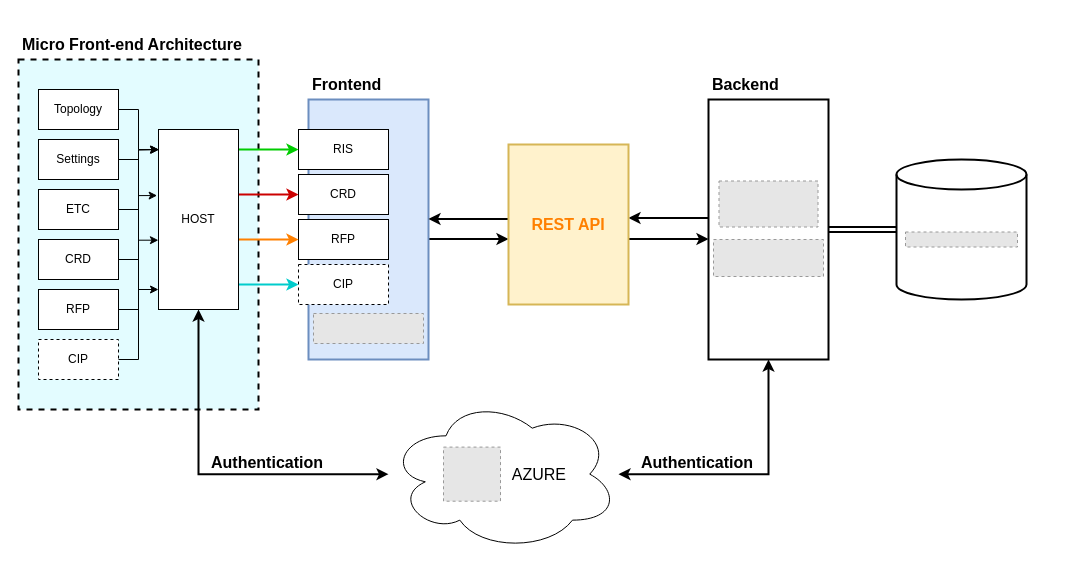
mathudak/diagrams keeps this draw.io diagram as app-architecture.drawio. Above is the earlier version. Source tidied: cells renumbered, new cells numbered last; positions are measured from the earlier drawing's top-left corner, leaving out a move shared by most shapes. Both pictures are drawn from the tidied source at 100%, with x=0, y=0 at pixel (18, 29). Pictures stored in the file or linked from it are replaced by grey dashed boxes.
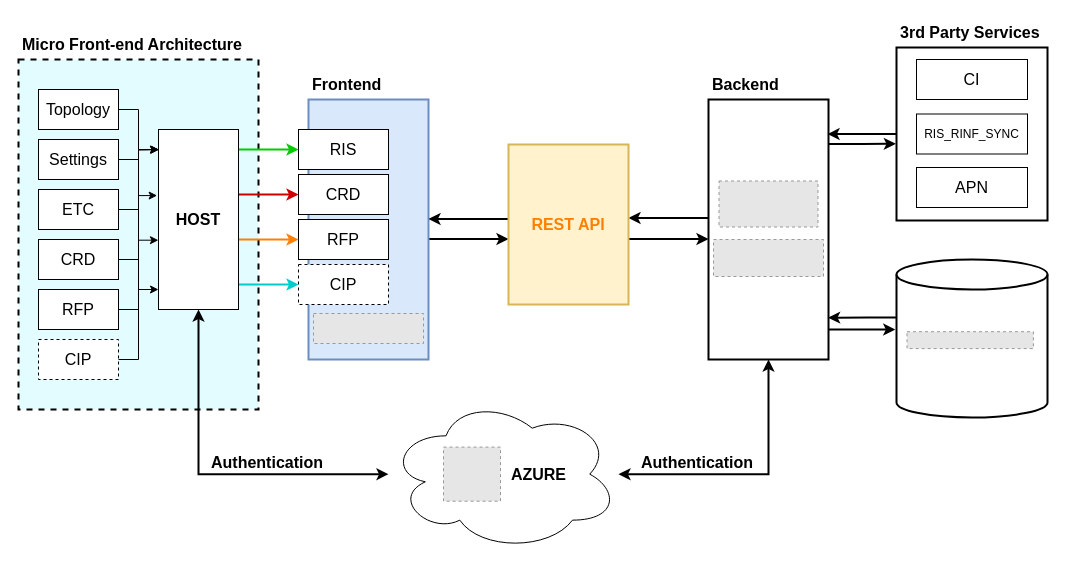
The same diagram, later.

Commit message:
Added 3rd party services

The change refers to these unchanged cells:
```xml
<mxCell id="10" style="whiteSpace=wrap;html=1;strokeWidth=2;" parent="1" vertex="1">
  <mxGeometry x="690" y="70" width="120" height="260" as="geometry" />
</mxCell>
```

Change to the diagram source:
```diff
@@
-    <mxCell id="4" style="edgeStyle=orthogonalEdgeStyle;rounded=0;jettySize=auto;html=1;entryX=1;entryY=0.5;entryDx=0;entryDy=0;shape=link;strokeWidth=2;" parent="1" edge="1" source="6" target="10">
-      <mxGeometry relative="1" as="geometry" />
-    </mxCell>
@@
-    <mxCell id="6" style="shape=cylinder3;whiteSpace=wrap;html=1;boundedLbl=1;backgroundOutline=1;size=15;fontSize=16;strokeWidth=2;" parent="1" vertex="1">
-      <mxGeometry x="878" y="130" width="130" height="140" as="geometry" />
-    </mxCell>
@@
+    <mxCell id="47" style="edgeStyle=orthogonalEdgeStyle;rounded=0;jettySize=auto;html=1;entryX=-0.004;entryY=0.557;entryDx=0;entryDy=0;entryPerimeter=0;strokeWidth=2;" parent="1" edge="1" source="10" target="50">
+      <mxGeometry relative="1" as="geometry">
+        <Array as="points">
+          <mxPoint x="844" y="114" />
+        </Array>
+      </mxGeometry>
+    </mxCell>
@@
-    <mxCell id="16" value="Topology" style="whiteSpace=wrap;html=1;" parent="1" vertex="1">
+    <mxCell id="16" value="Topology" style="whiteSpace=wrap;html=1;fontSize=16;" parent="1" vertex="1">
       <mxGeometry x="20" y="60" width="80" height="40" as="geometry" />
     </mxCell>
-    <mxCell id="17" value="CIP" style="whiteSpace=wrap;html=1;dashed=1;" parent="1" vertex="1">
+    <mxCell id="17" value="CIP" style="whiteSpace=wrap;html=1;dashed=1;fontSize=16;" parent="1" vertex="1">
       <mxGeometry x="20" y="310" width="80" height="40" as="geometry" />
     </mxCell>
-    <mxCell id="18" value="&lt;div&gt;ETC&lt;/div&gt;" style="whiteSpace=wrap;html=1;" parent="1" vertex="1">
+    <mxCell id="18" value="&lt;div&gt;ETC&lt;/div&gt;" style="whiteSpace=wrap;html=1;fontSize=16;" parent="1" vertex="1">
       <mxGeometry x="20" y="160" width="80" height="40" as="geometry" />
     </mxCell>
-    <mxCell id="19" value="RFP" style="whiteSpace=wrap;html=1;" parent="1" vertex="1">
+    <mxCell id="19" value="RFP" style="whiteSpace=wrap;html=1;fontSize=16;" parent="1" vertex="1">
       <mxGeometry x="20" y="260" width="80" height="40" as="geometry" />
     </mxCell>
-    <mxCell id="20" value="&lt;div&gt;CRD&lt;/div&gt;" style="whiteSpace=wrap;html=1;" parent="1" vertex="1">
+    <mxCell id="20" value="&lt;div&gt;CRD&lt;/div&gt;" style="whiteSpace=wrap;html=1;fontSize=16;" parent="1" vertex="1">
       <mxGeometry x="20" y="210" width="80" height="40" as="geometry" />
     </mxCell>
@@
-    <mxCell id="22" value="Settings" style="whiteSpace=wrap;html=1;" parent="1" vertex="1">
+    <mxCell id="22" value="Settings" style="whiteSpace=wrap;html=1;fontSize=16;" parent="1" vertex="1">
       <mxGeometry x="20" y="110" width="80" height="40" as="geometry" />
     </mxCell>
-    <mxCell id="23" value="RIS" style="whiteSpace=wrap;html=1;" parent="1" vertex="1">
+    <mxCell id="23" value="RIS" style="whiteSpace=wrap;html=1;fontSize=16;" parent="1" vertex="1">
       <mxGeometry x="280" y="100" width="90" height="40" as="geometry" />
     </mxCell>
-    <mxCell id="24" value="CRD" style="whiteSpace=wrap;html=1;" parent="1" vertex="1">
+    <mxCell id="24" value="CRD" style="whiteSpace=wrap;html=1;fontSize=16;" parent="1" vertex="1">
       <mxGeometry x="280" y="145" width="90" height="40" as="geometry" />
     </mxCell>
-    <mxCell id="25" value="RFP" style="whiteSpace=wrap;html=1;" parent="1" vertex="1">
+    <mxCell id="25" value="RFP" style="whiteSpace=wrap;html=1;fontSize=16;" parent="1" vertex="1">
       <mxGeometry x="280" y="190" width="90" height="40" as="geometry" />
     </mxCell>
-    <mxCell id="26" value="CIP" style="whiteSpace=wrap;html=1;dashed=1;" parent="1" vertex="1">
+    <mxCell id="26" value="CIP" style="whiteSpace=wrap;html=1;dashed=1;fontSize=16;" parent="1" vertex="1">
       <mxGeometry x="280" y="235" width="90" height="40" as="geometry" />
     </mxCell>
@@
-    <mxCell id="31" value="HOST" style="whiteSpace=wrap;html=1;" parent="1" vertex="1">
+    <mxCell id="31" value="HOST" style="whiteSpace=wrap;html=1;fontStyle=1;fontSize=16;" parent="1" vertex="1">
       <mxGeometry x="140" y="100" width="80" height="180" as="geometry" />
     </mxCell>
@@
-    <mxCell id="40" style="fillColor=#E6E6E6;strokeColor=#999999;dashed=1;verticalLabelPosition=bottom;labelBackgroundColor=default;verticalAlign=top;" parent="1" vertex="1">
-      <mxGeometry x="887" y="202.5" width="112" height="15" as="geometry" />
-    </mxCell>
@@
-    <mxCell id="42" style="group;" parent="1" vertex="1">
+    <mxCell id="42" style="group;fontStyle=1;" parent="1" vertex="1">
       <mxGeometry x="370" y="368" width="230" height="153.3" as="geometry" />
     </mxCell>
-    <mxCell id="43" value="AZURE" style="ellipse;shape=cloud;whiteSpace=wrap;html=1;fontSize=16;align=right;spacingRight=50;" parent="42" vertex="1">
+    <mxCell id="43" value="AZURE" style="ellipse;shape=cloud;whiteSpace=wrap;html=1;fontSize=16;align=right;spacingRight=50;fontStyle=1;" parent="42" vertex="1">
       <mxGeometry width="230" height="153.3" as="geometry" />
     </mxCell>
@@
+    <mxCell id="48" style="group;" parent="1" vertex="1">
+      <mxGeometry x="878" y="230" width="151" height="158" as="geometry" />
+    </mxCell>
+    <mxCell id="6" style="shape=cylinder3;whiteSpace=wrap;html=1;boundedLbl=1;backgroundOutline=1;size=15;fontSize=16;strokeWidth=2;" parent="48" vertex="1">
+      <mxGeometry width="151" height="158" as="geometry" />
+    </mxCell>
+    <mxCell id="40" style="fillColor=#E6E6E6;strokeColor=#999999;dashed=1;verticalLabelPosition=bottom;labelBackgroundColor=default;verticalAlign=top;" parent="48" vertex="1">
+      <mxGeometry x="10.5" y="72.2" width="126.4" height="16.9" as="geometry" />
+    </mxCell>
+    <mxCell id="49" style="group;" parent="1" vertex="1">
+      <mxGeometry x="878" y="-12" width="151" height="203" as="geometry" />
+    </mxCell>
+    <mxCell id="50" style="whiteSpace=wrap;html=1;strokeWidth=2;" parent="49" vertex="1">
+      <mxGeometry y="30" width="151" height="173" as="geometry" />
+    </mxCell>
+    <mxCell id="51" value="3rd Party Services" style="text;html=1;align=left;verticalAlign=middle;whiteSpace=wrap;rounded=0;fontStyle=1;fontSize=16;spacingLeft=2;" parent="49" vertex="1">
+      <mxGeometry width="151" height="30" as="geometry" />
+    </mxCell>
+    <mxCell id="52" value="CI" style="whiteSpace=wrap;html=1;fontSize=16;" parent="49" vertex="1">
+      <mxGeometry x="20" y="42" width="111" height="40" as="geometry" />
+    </mxCell>
+    <mxCell id="53" value="RIS_RINF_SYNC" style="whiteSpace=wrap;html=1;fontSize=12;" parent="49" vertex="1">
+      <mxGeometry x="20" y="96.5" width="111" height="40" as="geometry" />
+    </mxCell>
+    <mxCell id="54" value="APN" style="whiteSpace=wrap;html=1;fontSize=16;" parent="49" vertex="1">
+      <mxGeometry x="20" y="150" width="111" height="40" as="geometry" />
+    </mxCell>
+    <mxCell id="55" style="edgeStyle=orthogonalEdgeStyle;rounded=0;jettySize=auto;html=1;entryX=0.992;entryY=0.133;entryDx=0;entryDy=0;entryPerimeter=0;strokeWidth=2;" parent="1" edge="1" source="50" target="10">
+      <mxGeometry relative="1" as="geometry" />
+    </mxCell>
+    <mxCell id="56" style="edgeStyle=orthogonalEdgeStyle;rounded=0;orthogonalLoop=1;jettySize=auto;html=1;entryX=-0.008;entryY=0.555;entryDx=0;entryDy=0;entryPerimeter=0;strokeWidth=2;" parent="1" edge="1">
+      <mxGeometry relative="1" as="geometry">
+        <mxPoint x="810" y="300" as="sourcePoint" />
+        <mxPoint x="876.8" y="300" as="targetPoint" />
+        <Array as="points">
+          <mxPoint x="849" y="300.3" />
+        </Array>
+      </mxGeometry>
+    </mxCell>
+    <mxCell id="57" style="edgeStyle=orthogonalEdgeStyle;rounded=0;orthogonalLoop=1;jettySize=auto;html=1;exitX=0;exitY=0;exitDx=0;exitDy=47;exitPerimeter=0;entryX=0.997;entryY=0.797;entryDx=0;entryDy=0;entryPerimeter=0;strokeWidth=2;" parent="1" edge="1">
+      <mxGeometry relative="1" as="geometry">
+        <mxPoint x="878" y="288" as="sourcePoint" />
+        <mxPoint x="809.6" y="288.2" as="targetPoint" />
+        <Array as="points">
+          <mxPoint x="849" y="288" />
+          <mxPoint x="849" y="288" />
+        </Array>
+      </mxGeometry>
+    </mxCell>
```
